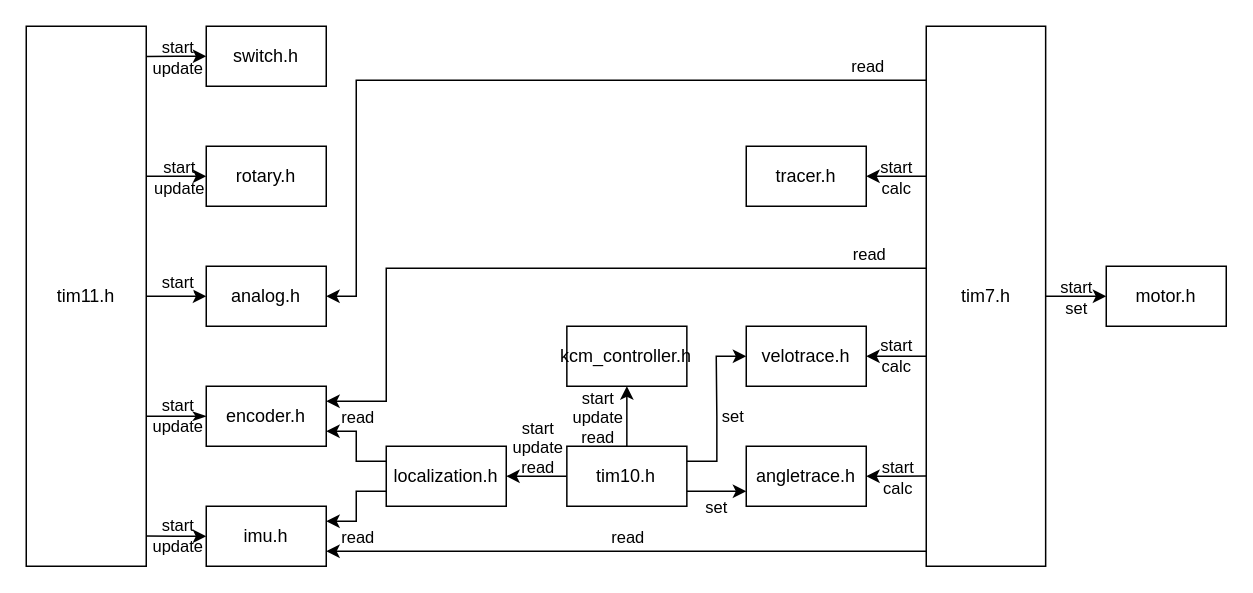
The draw.io diagram flow-chart.drawio in YazawaKenichi/murakumo_ws, before the edit. Source tidied: cells renumbered, new cells numbered last; positions are measured from the earlier drawing's top-left corner, leaving out a move shared by most shapes. Both pictures are drawn from the tidied source at 150%, with x=0, y=0 at pixel (26, 26).
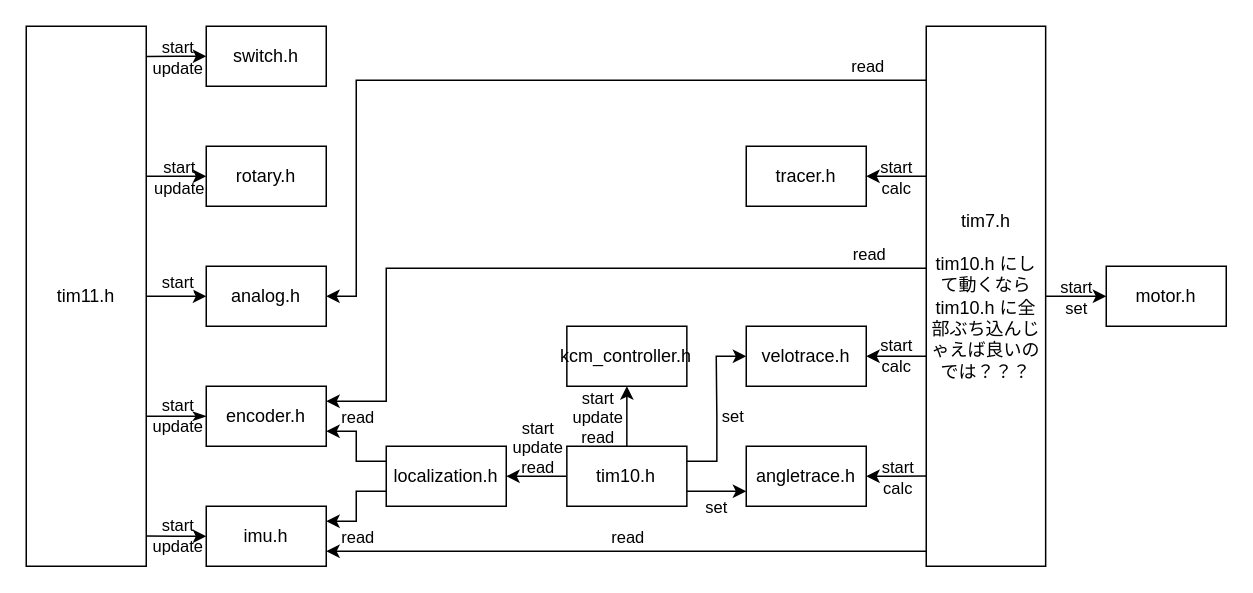
The same page after the edit.

Commit message:
flow-chart.drawio を更新します

The edit, as a diff of the source:
```diff
@@
-    <mxCell id="45" value="tim7.h" style="rounded=0;whiteSpace=wrap;html=1;" parent="1" vertex="1">
+    <mxCell id="45" value="tim7.h&lt;br&gt;&lt;br&gt;tim10.h にして動くなら tim10.h に全部ぶち込んじゃえば良いのでは？？？" style="rounded=0;whiteSpace=wrap;html=1;" parent="1" vertex="1">
       <mxGeometry x="600" width="79.6" height="360" as="geometry" />
     </mxCell>
```
